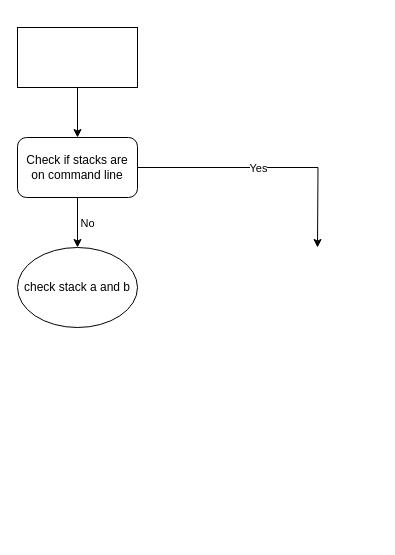
Before: push_swap.drawio in yoshi769/push_swap, a draw.io diagram. Source tidied: cells renumbered, new cells numbered last; positions are measured from the earlier drawing's top-left corner, leaving out a move shared by most shapes. Both pictures are drawn from the tidied source at 100%, with x=0, y=0 at pixel (17, 27).
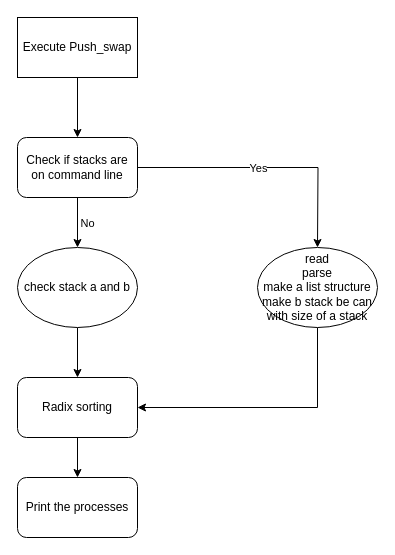
After the change.

Commit message:
push_swap.drawio を更新します

Change to the diagram source:
```diff
@@
 <mxGraphModel>
   <root>
     <mxCell id="0" />
     <mxCell id="1" parent="0" />
     <mxCell id="2" style="edgeStyle=orthogonalEdgeStyle;rounded=0;jettySize=auto;html=1;exitX=0.5;exitY=1;exitDx=0;exitDy=0;entryX=0.5;entryY=0;entryDx=0;entryDy=0;" parent="1" edge="1" source="3" target="8">
       <mxGeometry relative="1" as="geometry" />
     </mxCell>
-    <mxCell id="3" style="rounded=0;whiteSpace=wrap;html=1;" parent="1" vertex="1">
-      <mxGeometry width="120" height="60" as="geometry" />
+    <mxCell id="3" value="Execute Push_swap" style="rounded=0;whiteSpace=wrap;html=1;" parent="1" vertex="1">
+      <mxGeometry y="-10" width="120" height="60" as="geometry" />
     </mxCell>
     <mxCell id="4" style="edgeStyle=orthogonalEdgeStyle;rounded=0;jettySize=auto;html=1;" parent="1" edge="1" source="8">
       <mxGeometry relative="1" as="geometry">
         <mxPoint x="300" y="220" as="targetPoint" />
       </mxGeometry>
     </mxCell>
     <mxCell id="5" value="Yes" style="edgeLabel;html=1;align=center;verticalAlign=middle;" parent="4" vertex="1">
       <mxGeometry x="-0.08" relative="1" as="geometry" />
     </mxCell>
     <mxCell id="6" style="edgeStyle=orthogonalEdgeStyle;rounded=0;jettySize=auto;html=1;exitX=0.5;exitY=1;exitDx=0;exitDy=0;entryX=0.5;entryY=0;entryDx=0;entryDy=0;" parent="1" edge="1" source="8" target="9">
       <mxGeometry relative="1" as="geometry" />
     </mxCell>
     <mxCell id="7" value="No" style="edgeLabel;html=1;align=center;verticalAlign=middle;" parent="6" vertex="1">
       <mxGeometry x="0.01" y="9" relative="1" as="geometry" />
     </mxCell>
     <mxCell id="8" value="Check if stacks are on command line" style="rounded=1;whiteSpace=wrap;html=1;" parent="1" vertex="1">
       <mxGeometry y="110" width="120" height="60" as="geometry" />
     </mxCell>
+    <mxCell id="10" style="edgeStyle=orthogonalEdgeStyle;rounded=0;jettySize=auto;html=1;exitX=0.5;exitY=1;exitDx=0;exitDy=0;entryX=0.5;entryY=0;entryDx=0;entryDy=0;" parent="1" edge="1" source="9" target="14">
+      <mxGeometry relative="1" as="geometry" />
+    </mxCell>
     <mxCell id="9" value="check stack a and b" style="ellipse;whiteSpace=wrap;html=1;" parent="1" vertex="1">
       <mxGeometry y="220" width="120" height="80" as="geometry" />
     </mxCell>
+    <mxCell id="11" style="edgeStyle=orthogonalEdgeStyle;rounded=0;jettySize=auto;html=1;exitX=0.5;exitY=1;exitDx=0;exitDy=0;entryX=1;entryY=0.5;entryDx=0;entryDy=0;" parent="1" edge="1" source="12" target="14">
+      <mxGeometry relative="1" as="geometry" />
+    </mxCell>
+    <mxCell id="12" value="read&lt;div&gt;parse&lt;/div&gt;&lt;div&gt;make a list structure&lt;/div&gt;&lt;div&gt;make b stack be can with size of a stack&lt;/div&gt;" style="ellipse;whiteSpace=wrap;html=1;" parent="1" vertex="1">
+      <mxGeometry x="240" y="220" width="120" height="80" as="geometry" />
+    </mxCell>
+    <mxCell id="13" style="edgeStyle=orthogonalEdgeStyle;rounded=0;jettySize=auto;html=1;exitX=0.5;exitY=1;exitDx=0;exitDy=0;entryX=0.5;entryY=0;entryDx=0;entryDy=0;" parent="1" edge="1" source="14" target="15">
+      <mxGeometry relative="1" as="geometry" />
+    </mxCell>
+    <mxCell id="14" value="Radix sorting" style="rounded=1;whiteSpace=wrap;html=1;" parent="1" vertex="1">
+      <mxGeometry y="350" width="120" height="60" as="geometry" />
+    </mxCell>
+    <mxCell id="15" value="Print the processes" style="rounded=1;whiteSpace=wrap;html=1;" parent="1" vertex="1">
+      <mxGeometry y="450" width="120" height="60" as="geometry" />
+    </mxCell>
   </root>
 </mxGraphModel>
```
